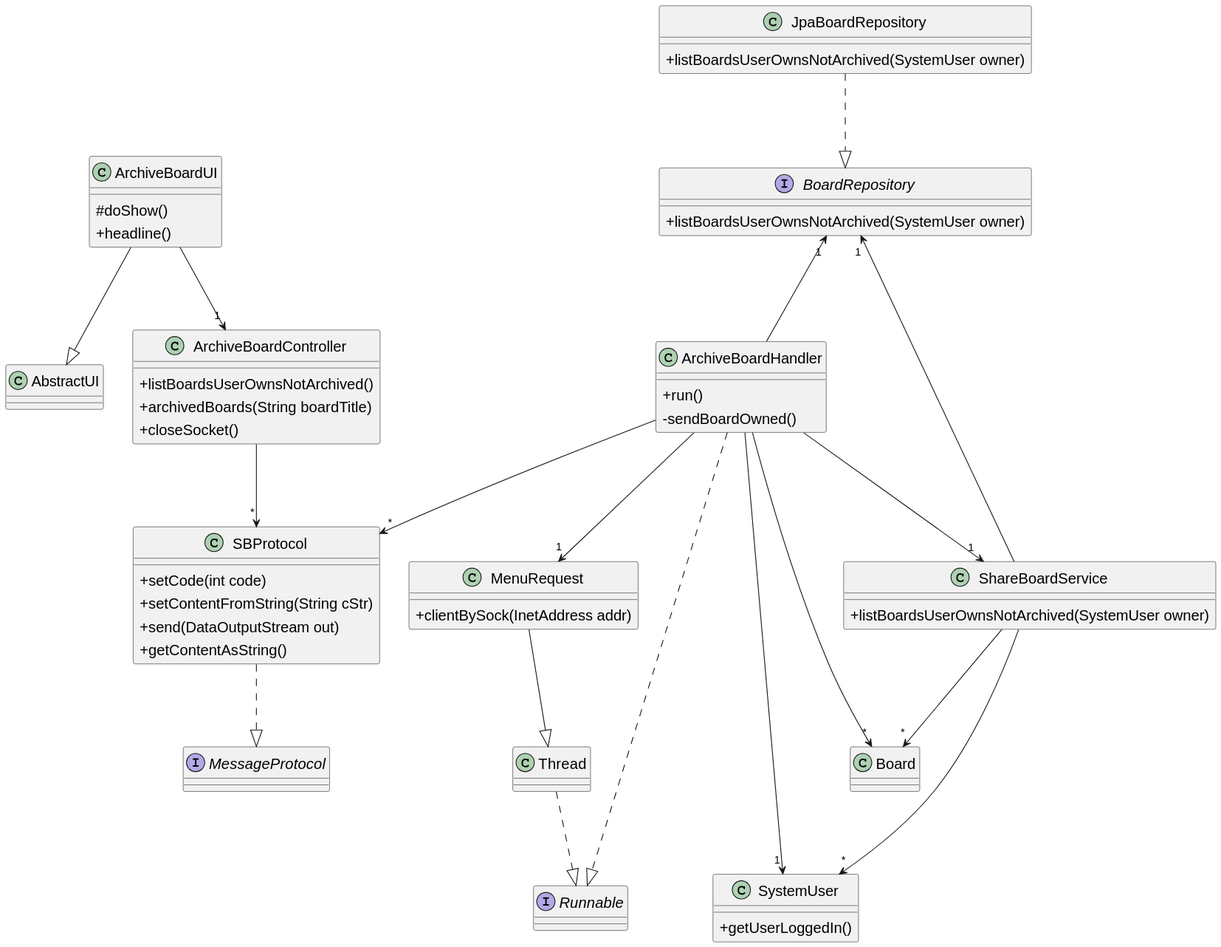
jovami/isep-lapr4 keeps this PlantUML diagram as docs/us_3010/CD.svg. Above is the earlier version. The source it was exported from:
```plantuml
@startuml

skinparam classAttributeIconSize 0
skinparam padding 2
skinparam ranksep 100
skinparam classFontSize 18


interface Runnable
interface MessageProtocol

interface BoardRepository
{
  +listBoardsUserOwnsNotArchived(SystemUser owner)
 }

class AbstractUI
{
}

class ArchiveBoardUI
{
    # doShow()
    + headline()
}

class ArchiveBoardController
{

 +listBoardsUserOwnsNotArchived()
 +archivedBoards(String boardTitle)
 +closeSocket()
}

class ArchiveBoardHandler
{
+run()
-sendBoardOwned()
}

class MenuRequest
{
+ clientBySock(InetAddress addr)
}

class Thread
{
}

interface Runnable
interface MessageProtocol

class SBProtocol
{
 + setCode(int code)
 + setContentFromString(String cStr)
 + send(DataOutputStream out)
 + getContentAsString()

}

class JpaBoardRepository
{
+listBoardsUserOwnsNotArchived(SystemUser owner)
}

class SystemUser
{
    +getUserLoggedIn()
}

class ShareBoardService
{
 +listBoardsUserOwnsNotArchived(SystemUser owner)
}



ArchiveBoardUI --|> AbstractUI
MenuRequest --|> Thread


ArchiveBoardUI --> "1" ArchiveBoardController
ArchiveBoardController --> "*" SBProtocol

ArchiveBoardHandler --> "*" SBProtocol
ArchiveBoardHandler -up-> "1" BoardRepository

ArchiveBoardHandler --> "1" MenuRequest
ArchiveBoardHandler --> "1" SystemUser
ArchiveBoardHandler --> "1" ShareBoardService

ShareBoardService  --> "1" BoardRepository
ShareBoardService  --> "*" Board
ShareBoardService  ---> "*" SystemUser

ArchiveBoardHandler --> "*" Board
ArchiveBoardHandler ..|> Runnable
Thread ..|> Runnable
SBProtocol ..|> MessageProtocol
JpaBoardRepository ..|> BoardRepository
@enduml
```
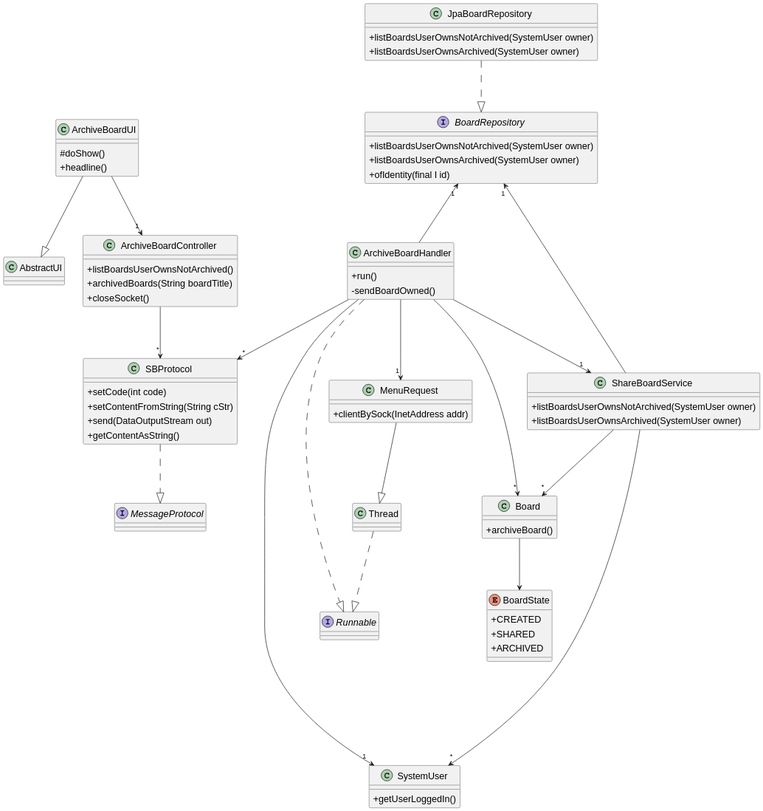
After the change.

Change to the diagram source:
```diff
@@ -12,6 +12,8 @@
 interface BoardRepository
 {
   +listBoardsUserOwnsNotArchived(SystemUser owner)
+  +listBoardsUserOwnsArchived(SystemUser owner)
+  +ofIdentity(final I id)
  }
 
 class AbstractUI
@@ -62,6 +64,7 @@
 class JpaBoardRepository
 {
 +listBoardsUserOwnsNotArchived(SystemUser owner)
++listBoardsUserOwnsArchived(SystemUser owner)
 }
 
 class SystemUser
@@ -72,6 +75,19 @@
 class ShareBoardService
 {
  +listBoardsUserOwnsNotArchived(SystemUser owner)
+ +listBoardsUserOwnsArchived(SystemUser owner)
+}
+
+enum BoardState
+{
+    +CREATED
+    +SHARED
+    +ARCHIVED
+}
+
+class Board
+{
+    +archiveBoard()
 }
 
 
@@ -92,9 +108,12 @@
 
 ShareBoardService  --> "1" BoardRepository
 ShareBoardService  --> "*" Board
-ShareBoardService  ---> "*" SystemUser
+ShareBoardService  -----> "*" SystemUser
 
 ArchiveBoardHandler --> "*" Board
+
+Board --> BoardState
+
 ArchiveBoardHandler ..|> Runnable
 Thread ..|> Runnable
 SBProtocol ..|> MessageProtocol
```
